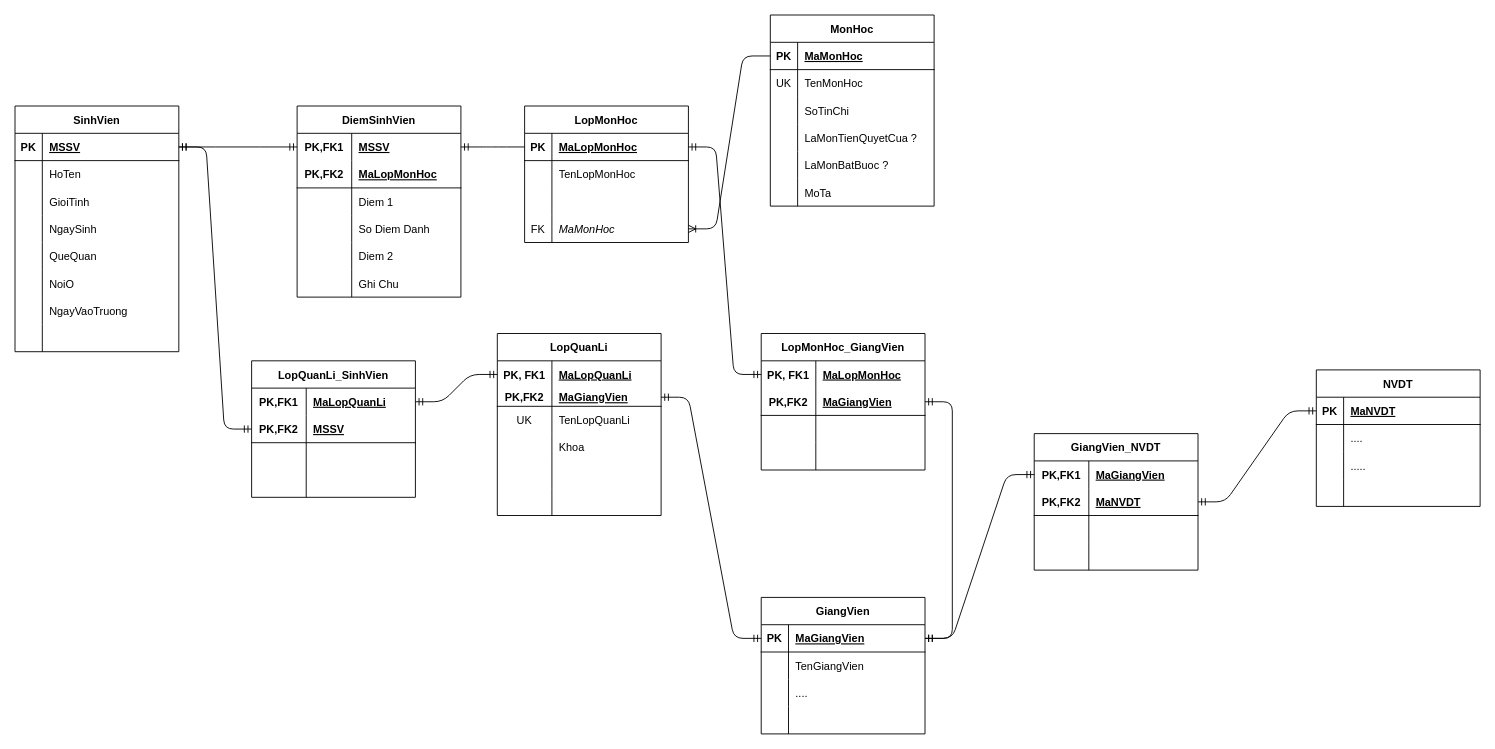
The draw.io diagram bảng_duy_ver2.drawio in duyhelloworld/project-oop, before the edit. Source tidied: cells renumbered, new cells numbered last; positions are measured from the earlier drawing's top-left corner, leaving out a move shared by most shapes. Both pictures are drawn from the tidied source at 91%, with x=0, y=0 at pixel (15, 15).
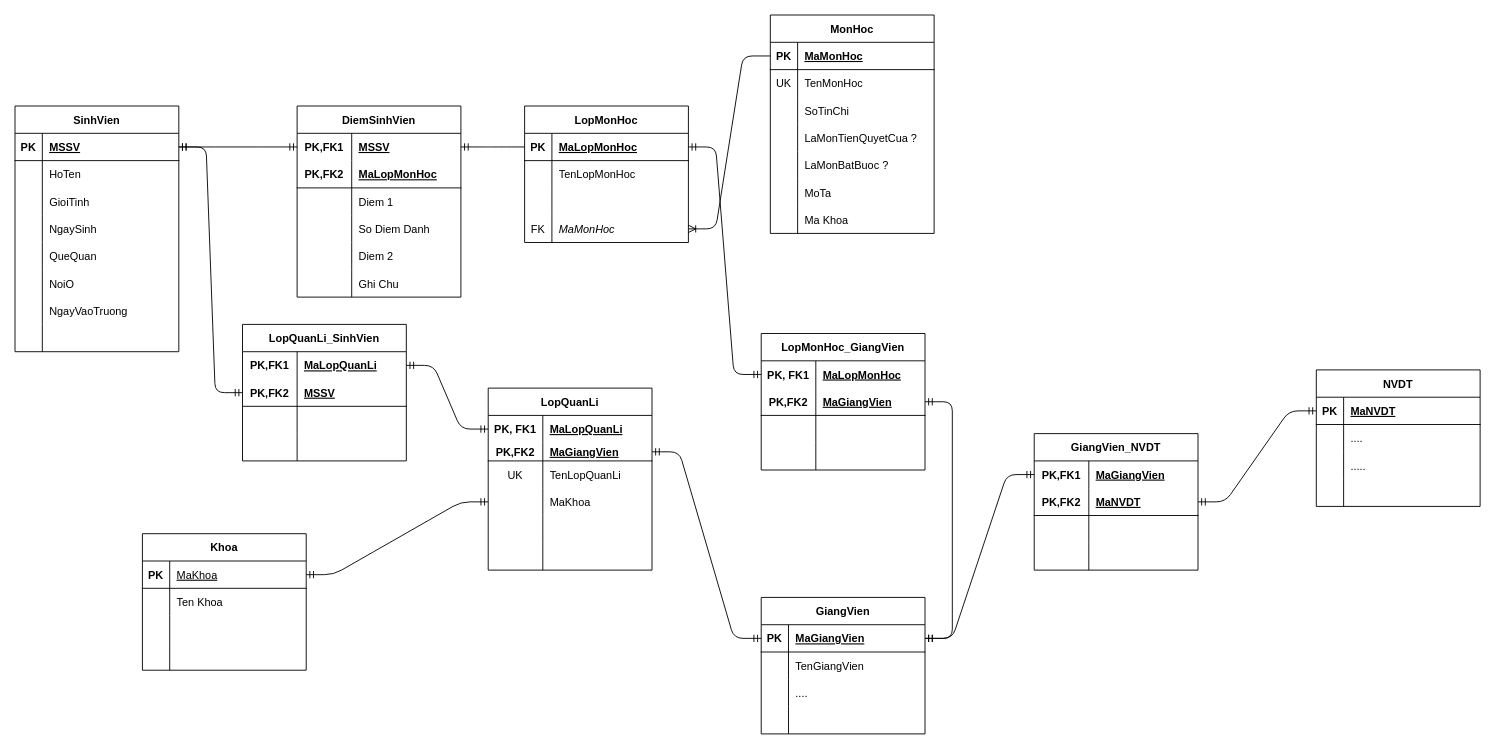
After the change.

The change refers to these unchanged cells:
```xml
<mxCell id="163" style="shape=tableRow;horizontal=0;startSize=0;swimlaneHead=0;swimlaneBody=0;fillColor=none;points=[[0,0.5],[1,0.5]];portConstraint=eastwest;top=0;left=0;right=0;bottom=0;" parent="153" vertex="1">
  <mxGeometry y="110" width="180" height="30" as="geometry" />
</mxCell>
```

The edit, as a diff of the source:
```diff
@@
     <mxCell id="61" value="MonHoc" style="shape=table;startSize=30;childLayout=tableLayout;rowLines=0;fontStyle=1;align=center;" parent="1" vertex="1">
-      <mxGeometry x="830" width="180" height="210" as="geometry" />
+      <mxGeometry x="830" width="180" height="240" as="geometry" />
     </mxCell>
@@
+    <mxCell id="172" style="shape=tableRow;horizontal=0;startSize=0;swimlaneHead=0;swimlaneBody=0;fillColor=none;top=0;left=0;right=0;bottom=0;" parent="61" vertex="1">
+      <mxGeometry y="210" width="180" height="30" as="geometry" />
+    </mxCell>
+    <mxCell id="173" style="shape=partialRectangle;fillColor=none;top=0;left=0;bottom=0;right=0;overflow=hidden;" parent="172" vertex="1">
+      <mxGeometry width="30" height="30" as="geometry" />
+    </mxCell>
+    <mxCell id="174" value="Ma Khoa" style="shape=partialRectangle;fillColor=none;top=0;left=0;bottom=0;right=0;align=left;spacingLeft=6;overflow=hidden;" parent="172" vertex="1">
+      <mxGeometry x="30" width="150" height="30" as="geometry" />
+    </mxCell>
@@
     <mxCell id="94" value="LopQuanLi_SinhVien" style="shape=table;startSize=30;childLayout=tableLayout;rowLines=0;fontStyle=1;align=center;" parent="1" vertex="1">
-      <mxGeometry x="260" y="380" width="180" height="150" as="geometry" />
+      <mxGeometry x="250" y="340" width="180" height="150" as="geometry" />
     </mxCell>
@@
     <mxCell id="153" value="LopQuanLi" style="shape=table;startSize=30;childLayout=tableLayout;rowLines=0;fontStyle=1;align=center;" parent="1" vertex="1">
-      <mxGeometry x="530" y="350" width="180" height="200" as="geometry" />
+      <mxGeometry x="520" y="410" width="180" height="200" as="geometry" />
     </mxCell>
@@
-    <mxCell id="165" value="Khoa" style="shape=partialRectangle;fillColor=none;top=0;left=0;bottom=0;right=0;align=left;spacingLeft=6;overflow=hidden;" parent="163" vertex="1">
+    <mxCell id="165" value="MaKhoa" style="shape=partialRectangle;fillColor=none;top=0;left=0;bottom=0;right=0;align=left;spacingLeft=6;overflow=hidden;" parent="163" vertex="1">
       <mxGeometry x="60" width="120" height="30" as="geometry" />
     </mxCell>
@@
+    <mxCell id="175" value="Khoa" style="shape=table;startSize=30;childLayout=tableLayout;rowLines=0;fontStyle=1;align=center;" parent="1" vertex="1">
+      <mxGeometry x="140" y="570" width="180" height="150" as="geometry" />
+    </mxCell>
+    <mxCell id="176" style="shape=tableRow;horizontal=0;startSize=0;swimlaneHead=0;swimlaneBody=0;fillColor=none;points=[[0,0.5],[1,0.5]];portConstraint=eastwest;top=0;left=0;right=0;bottom=1;" parent="175" vertex="1">
+      <mxGeometry y="30" width="180" height="30" as="geometry" />
+    </mxCell>
+    <mxCell id="177" value="PK" style="shape=partialRectangle;fillColor=none;top=0;left=0;bottom=0;right=0;fontStyle=1;overflow=hidden;" parent="176" vertex="1">
+      <mxGeometry width="30" height="30" as="geometry" />
+    </mxCell>
+    <mxCell id="178" value="MaKhoa" style="shape=partialRectangle;fillColor=none;top=0;left=0;bottom=0;right=0;align=left;spacingLeft=6;fontStyle=4;overflow=hidden;" parent="176" vertex="1">
+      <mxGeometry x="30" width="150" height="30" as="geometry" />
+    </mxCell>
+    <mxCell id="179" style="shape=tableRow;horizontal=0;startSize=0;swimlaneHead=0;swimlaneBody=0;fillColor=none;top=0;left=0;right=0;bottom=0;" parent="175" vertex="1">
+      <mxGeometry y="60" width="180" height="30" as="geometry" />
+    </mxCell>
+    <mxCell id="180" style="shape=partialRectangle;fillColor=none;top=0;left=0;bottom=0;right=0;overflow=hidden;" parent="179" vertex="1">
+      <mxGeometry width="30" height="30" as="geometry" />
+    </mxCell>
+    <mxCell id="181" value="Ten Khoa" style="shape=partialRectangle;fillColor=none;top=0;left=0;bottom=0;right=0;align=left;spacingLeft=6;overflow=hidden;" parent="179" vertex="1">
+      <mxGeometry x="30" width="150" height="30" as="geometry" />
+    </mxCell>
+    <mxCell id="182" style="shape=tableRow;horizontal=0;startSize=0;swimlaneHead=0;swimlaneBody=0;fillColor=none;top=0;left=0;right=0;bottom=0;" parent="175" vertex="1">
+      <mxGeometry y="90" width="180" height="30" as="geometry" />
+    </mxCell>
+    <mxCell id="183" style="shape=partialRectangle;fillColor=none;top=0;left=0;bottom=0;right=0;overflow=hidden;" parent="182" vertex="1">
+      <mxGeometry width="30" height="30" as="geometry" />
+    </mxCell>
+    <mxCell id="184" style="shape=partialRectangle;fillColor=none;top=0;left=0;bottom=0;right=0;align=left;spacingLeft=6;overflow=hidden;" parent="182" vertex="1">
+      <mxGeometry x="30" width="150" height="30" as="geometry" />
+    </mxCell>
+    <mxCell id="185" style="shape=tableRow;horizontal=0;startSize=0;swimlaneHead=0;swimlaneBody=0;fillColor=none;top=0;left=0;right=0;bottom=0;" parent="175" vertex="1">
+      <mxGeometry y="120" width="180" height="30" as="geometry" />
+    </mxCell>
+    <mxCell id="186" style="shape=partialRectangle;fillColor=none;top=0;left=0;bottom=0;right=0;overflow=hidden;" parent="185" vertex="1">
+      <mxGeometry width="30" height="30" as="geometry" />
+    </mxCell>
+    <mxCell id="187" style="shape=partialRectangle;fillColor=none;top=0;left=0;bottom=0;right=0;align=left;spacingLeft=6;overflow=hidden;" parent="185" vertex="1">
+      <mxGeometry x="30" width="150" height="30" as="geometry" />
+    </mxCell>
+    <mxCell id="188" style="edgeStyle=entityRelationEdgeStyle;fontSize=12;endArrow=ERmandOne;startArrow=ERmandOne;entryX=1;entryY=0.5;entryDx=0;entryDy=0;" parent="1" edge="1" source="163" target="176">
+      <mxGeometry relative="1" as="geometry" />
+    </mxCell>
```
